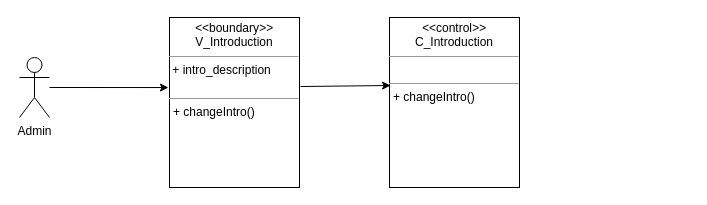
Before: Lop_tham_gia_Usecase/SuaGioiThieuClass.drawio in hoangminh15/PTTKHT, a draw.io diagram. Source tidied: cells renumbered, new cells numbered last; positions are measured from the earlier drawing's top-left corner, leaving out a move shared by most shapes. Both pictures are drawn from the tidied source at 100%, with x=0, y=0 at pixel (19, 17).
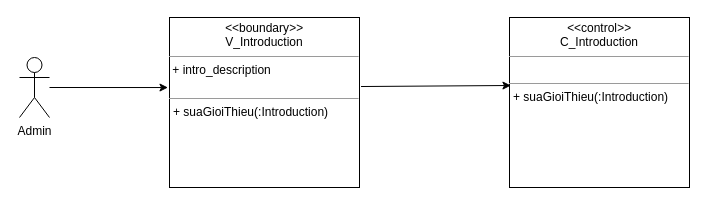
After the change.

Change to the diagram source:
```diff
@@
 <mxGraphModel>
   <root>
     <mxCell id="0" />
     <mxCell id="1" parent="0" />
     <mxCell id="2" value="Admin" style="shape=umlActor;verticalLabelPosition=bottom;verticalAlign=top;html=1;" parent="1" vertex="1">
       <mxGeometry y="40" width="30" height="60" as="geometry" />
     </mxCell>
-    <mxCell id="3" value="&lt;p style=&quot;margin: 0px ; margin-top: 4px ; text-align: center&quot;&gt;&lt;i&gt;&amp;lt;&lt;/i&gt;&amp;lt;boundary&lt;i&gt;&amp;gt;&amp;gt;&lt;/i&gt;&lt;br&gt;V_Introduction&lt;/p&gt;&lt;hr size=&quot;1&quot;&gt;&amp;nbsp;+ intro_description&lt;br&gt;&lt;br&gt;&lt;hr size=&quot;1&quot;&gt;&lt;p style=&quot;margin: 0px ; margin-left: 4px&quot;&gt;+ changeIntro()&lt;br&gt;&lt;/p&gt;" style="verticalAlign=top;align=left;overflow=fill;fontSize=12;fontFamily=Helvetica;html=1;" parent="1" vertex="1">
-      <mxGeometry x="150" width="130" height="170" as="geometry" />
+    <mxCell id="3" value="&lt;p style=&quot;margin: 0px ; margin-top: 4px ; text-align: center&quot;&gt;&lt;i&gt;&amp;lt;&lt;/i&gt;&amp;lt;boundary&lt;i&gt;&amp;gt;&amp;gt;&lt;/i&gt;&lt;br&gt;V_Introduction&lt;/p&gt;&lt;hr size=&quot;1&quot;&gt;&amp;nbsp;+ intro_description&lt;br&gt;&lt;br&gt;&lt;hr size=&quot;1&quot;&gt;&lt;p style=&quot;margin: 0px ; margin-left: 4px&quot;&gt;+ suaGioiThieu(:Introduction)&lt;br&gt;&lt;/p&gt;" style="verticalAlign=top;align=left;overflow=fill;fontSize=12;fontFamily=Helvetica;html=1;" parent="1" vertex="1">
+      <mxGeometry x="150" width="190" height="170" as="geometry" />
     </mxCell>
-    <mxCell id="4" value="&lt;p style=&quot;margin: 0px ; margin-top: 4px ; text-align: center&quot;&gt;&lt;i&gt;&amp;lt;&lt;/i&gt;&amp;lt;control&lt;i&gt;&amp;gt;&amp;gt;&lt;/i&gt;&lt;br&gt;C_Introduction&lt;/p&gt;&lt;hr size=&quot;1&quot;&gt;&lt;br&gt;&lt;hr size=&quot;1&quot;&gt;&lt;p style=&quot;margin: 0px ; margin-left: 4px&quot;&gt;+ changeIntro()&lt;br&gt;&lt;br&gt;&lt;/p&gt;" style="verticalAlign=top;align=left;overflow=fill;fontSize=12;fontFamily=Helvetica;html=1;" parent="1" vertex="1">
-      <mxGeometry x="370" width="130" height="170" as="geometry" />
+    <mxCell id="4" value="&lt;p style=&quot;margin: 0px ; margin-top: 4px ; text-align: center&quot;&gt;&lt;i&gt;&amp;lt;&lt;/i&gt;&amp;lt;control&lt;i&gt;&amp;gt;&amp;gt;&lt;/i&gt;&lt;br&gt;C_Introduction&lt;/p&gt;&lt;hr size=&quot;1&quot;&gt;&lt;br&gt;&lt;hr size=&quot;1&quot;&gt;&lt;p style=&quot;margin: 0px ; margin-left: 4px&quot;&gt;+ suaGioiThieu(:Introduction)&lt;br&gt;&lt;br&gt;&lt;/p&gt;" style="verticalAlign=top;align=left;overflow=fill;fontSize=12;fontFamily=Helvetica;html=1;" parent="1" vertex="1">
+      <mxGeometry x="490" width="180" height="170" as="geometry" />
     </mxCell>
     <mxCell id="5" style="endArrow=classic;html=1;exitX=1.008;exitY=0.406;exitDx=0;exitDy=0;exitPerimeter=0;entryX=0.008;entryY=0.4;entryDx=0;entryDy=0;entryPerimeter=0;" parent="1" edge="1" source="3" target="4">
       <mxGeometry relative="1" as="geometry" />
     </mxCell>
     <mxCell id="6" style="endArrow=classic;html=1;entryX=-0.008;entryY=0.412;entryDx=0;entryDy=0;entryPerimeter=0;" parent="1" edge="1" source="2" target="3">
       <mxGeometry relative="1" as="geometry" />
     </mxCell>
   </root>
 </mxGraphModel>
```
